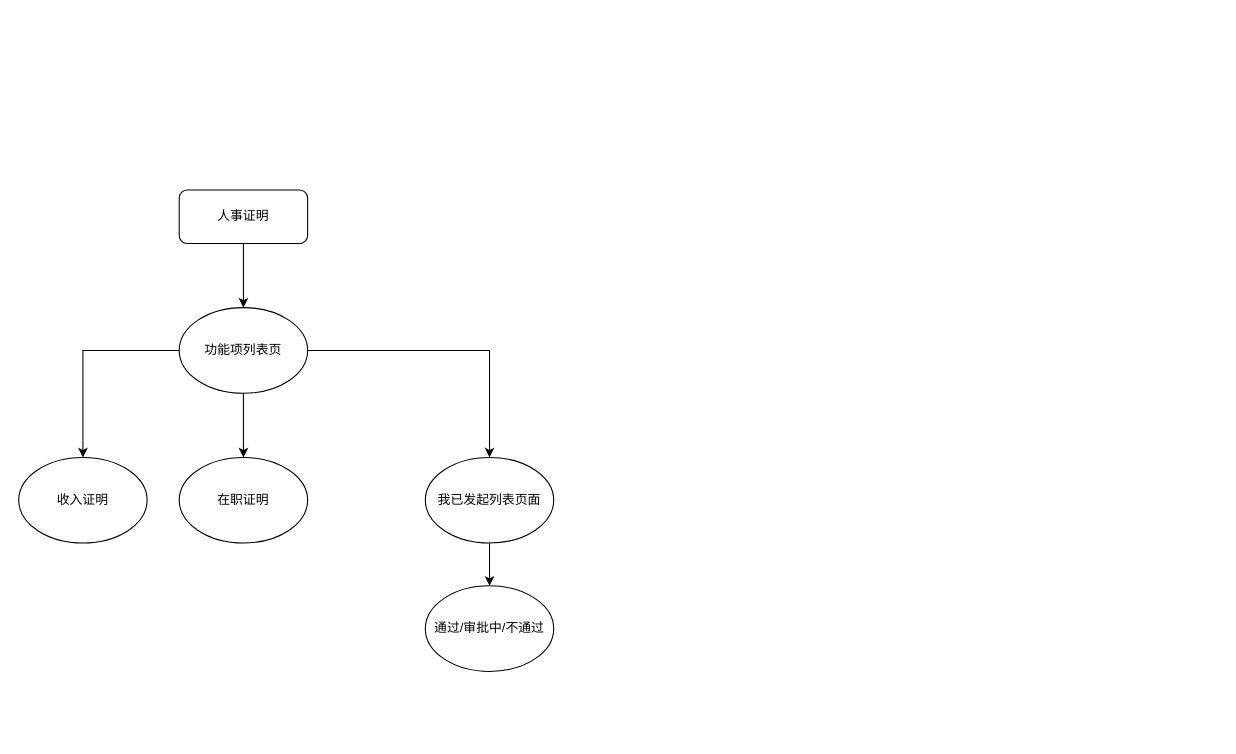
This is 人事证明.drawio from alphaAE/Diagrams, a draw.io file, before an edit. Source tidied: cells renumbered, new cells numbered last; positions are measured from the earlier drawing's top-left corner, leaving out a move shared by most shapes. Both pictures are drawn from the tidied source at 107%, with x=0, y=0 at pixel (18, 189).
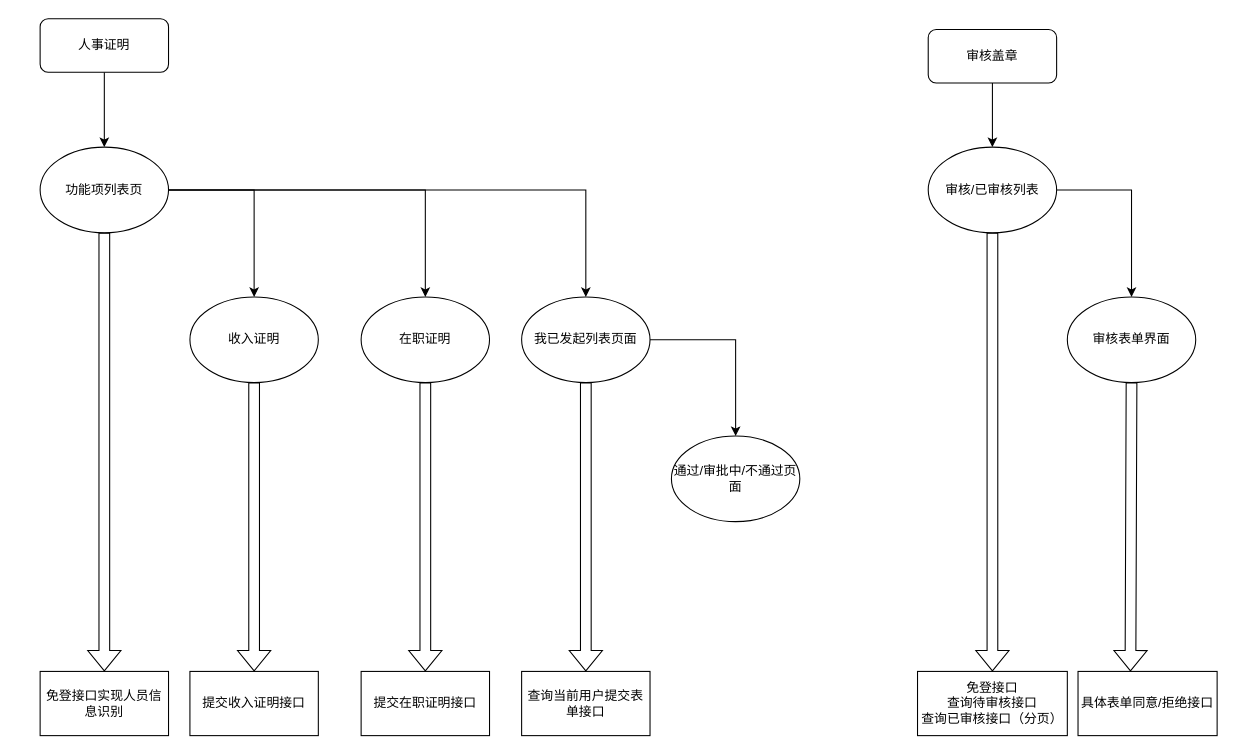
The same page after the edit.

Commit message:
更新人事证明.drawio

Change to the diagram source:
```diff
@@
     <mxCell id="3" value="人事证明" style="rounded=1;whiteSpace=wrap;html=1;" parent="1" vertex="1">
-      <mxGeometry x="150" width="120" height="50" as="geometry" />
+      <mxGeometry x="20" y="-160" width="120" height="50" as="geometry" />
     </mxCell>
     <mxCell id="4" value="收入证明" style="ellipse;whiteSpace=wrap;html=1;" parent="1" vertex="1">
-      <mxGeometry y="250" width="120" height="80" as="geometry" />
+      <mxGeometry x="160" y="100" width="120" height="80" as="geometry" />
     </mxCell>
@@
     <mxCell id="8" value="功能项列表页" style="ellipse;whiteSpace=wrap;html=1;" parent="1" vertex="1">
-      <mxGeometry x="150" y="110" width="120" height="80" as="geometry" />
+      <mxGeometry x="20" y="-40" width="120" height="80" as="geometry" />
     </mxCell>
     <mxCell id="9" value="在职证明" style="ellipse;whiteSpace=wrap;html=1;" parent="1" vertex="1">
-      <mxGeometry x="150" y="250" width="120" height="80" as="geometry" />
+      <mxGeometry x="320" y="100" width="120" height="80" as="geometry" />
     </mxCell>
@@
     <mxCell id="11" value="我已发起列表页面" style="ellipse;whiteSpace=wrap;html=1;" parent="1" vertex="1">
-      <mxGeometry x="380" y="250" width="120" height="80" as="geometry" />
+      <mxGeometry x="470" y="100" width="120" height="80" as="geometry" />
     </mxCell>
-    <mxCell id="12" value="通过/审批中/不通过" style="ellipse;whiteSpace=wrap;html=1;" parent="1" vertex="1">
-      <mxGeometry x="380" y="370" width="120" height="80" as="geometry" />
+    <mxCell id="12" value="通过/审批中/不通过页面" style="ellipse;whiteSpace=wrap;html=1;" parent="1" vertex="1">
+      <mxGeometry x="610" y="230" width="120" height="80" as="geometry" />
     </mxCell>
+    <mxCell id="13" style="edgeStyle=orthogonalEdgeStyle;rounded=0;jettySize=auto;html=1;" parent="1" edge="1" source="14" target="16">
+      <mxGeometry relative="1" as="geometry" />
+    </mxCell>
+    <mxCell id="14" value="审核盖章" style="rounded=1;whiteSpace=wrap;html=1;" parent="1" vertex="1">
+      <mxGeometry x="850" y="-150" width="120" height="50" as="geometry" />
+    </mxCell>
+    <mxCell id="15" style="edgeStyle=orthogonalEdgeStyle;rounded=0;jettySize=auto;html=1;entryX=0.5;entryY=0;entryDx=0;entryDy=0;" parent="1" edge="1" source="16" target="17">
+      <mxGeometry relative="1" as="geometry" />
+    </mxCell>
+    <mxCell id="16" value="审核/已审核列表" style="ellipse;whiteSpace=wrap;html=1;" parent="1" vertex="1">
+      <mxGeometry x="850" y="-40" width="120" height="80" as="geometry" />
+    </mxCell>
+    <mxCell id="17" value="审核表单界面" style="ellipse;whiteSpace=wrap;html=1;" parent="1" vertex="1">
+      <mxGeometry x="980" y="100" width="120" height="80" as="geometry" />
+    </mxCell>
+    <mxCell id="18" style="shape=flexArrow;endArrow=classic;html=1;rounded=0;exitX=0.5;exitY=1;exitDx=0;exitDy=0;entryX=0.5;entryY=0;entryDx=0;entryDy=0;" parent="1" edge="1" source="8" target="19">
+      <mxGeometry relative="1" as="geometry" />
+    </mxCell>
+    <mxCell id="19" value="&lt;span&gt;免登接口实现人员信息识别&lt;/span&gt;" style="rounded=0;whiteSpace=wrap;html=1;" parent="1" vertex="1">
+      <mxGeometry x="20" y="450" width="120" height="60" as="geometry" />
+    </mxCell>
+    <mxCell id="20" style="shape=flexArrow;endArrow=classic;html=1;rounded=0;exitX=0.5;exitY=1;exitDx=0;exitDy=0;entryX=0.5;entryY=0;entryDx=0;entryDy=0;" parent="1" edge="1" source="4" target="21">
+      <mxGeometry relative="1" as="geometry" />
+    </mxCell>
+    <mxCell id="21" value="提交收入证明接口" style="rounded=0;whiteSpace=wrap;html=1;" parent="1" vertex="1">
+      <mxGeometry x="160" y="450" width="120" height="60" as="geometry" />
+    </mxCell>
+    <mxCell id="22" style="shape=flexArrow;endArrow=classic;html=1;rounded=0;exitX=0.5;exitY=1;exitDx=0;exitDy=0;" parent="1" edge="1" source="9">
+      <mxGeometry relative="1" as="geometry">
+        <mxPoint x="380" y="450" as="targetPoint" />
+      </mxGeometry>
+    </mxCell>
+    <mxCell id="23" value="提交在职证明接口" style="rounded=0;whiteSpace=wrap;html=1;" parent="1" vertex="1">
+      <mxGeometry x="320" y="450" width="120" height="60" as="geometry" />
+    </mxCell>
+    <mxCell id="24" style="shape=flexArrow;endArrow=classic;html=1;rounded=0;exitX=0.5;exitY=1;exitDx=0;exitDy=0;" parent="1" edge="1" source="11">
+      <mxGeometry relative="1" as="geometry">
+        <mxPoint x="530" y="450" as="targetPoint" />
+      </mxGeometry>
+    </mxCell>
+    <mxCell id="25" value="查询当前用户提交表单接口" style="rounded=0;whiteSpace=wrap;html=1;" parent="1" vertex="1">
+      <mxGeometry x="470" y="450" width="120" height="60" as="geometry" />
+    </mxCell>
+    <mxCell id="26" value="免登接口&lt;br&gt;查询待审核接口&lt;br&gt;查询已审核接口（分页）&lt;br&gt;" style="rounded=0;whiteSpace=wrap;html=1;" parent="1" vertex="1">
+      <mxGeometry x="840" y="450" width="140" height="60" as="geometry" />
+    </mxCell>
+    <mxCell id="27" style="shape=flexArrow;endArrow=classic;html=1;rounded=0;exitX=0.5;exitY=1;exitDx=0;exitDy=0;entryX=0.5;entryY=0;entryDx=0;entryDy=0;" parent="1" edge="1" source="16" target="26">
+      <mxGeometry relative="1" as="geometry" />
+    </mxCell>
+    <mxCell id="28" style="shape=flexArrow;endArrow=classic;html=1;rounded=0;exitX=0.5;exitY=1;exitDx=0;exitDy=0;" parent="1" edge="1" source="17">
+      <mxGeometry relative="1" as="geometry">
+        <mxPoint x="1039" y="450" as="targetPoint" />
+      </mxGeometry>
+    </mxCell>
+    <mxCell id="29" value="具体表单同意/拒绝接口" style="rounded=0;whiteSpace=wrap;html=1;" parent="1" vertex="1">
+      <mxGeometry x="990" y="450" width="130" height="60" as="geometry" />
+    </mxCell>
```
